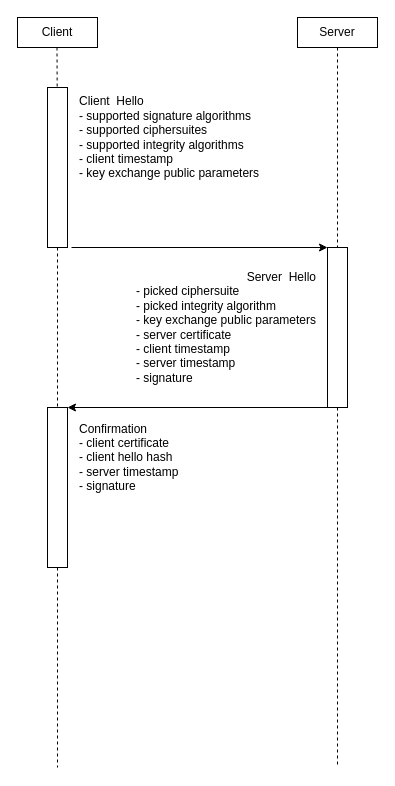
Above: protocol.dio in rafael-patronilo/srsc-project (draw.io), before the change. Source tidied: cells renumbered, new cells numbered last; positions are measured from the earlier drawing's top-left corner, leaving out a move shared by most shapes. Both pictures are drawn from the tidied source at 100%, with x=0, y=0 at pixel (17, 17).
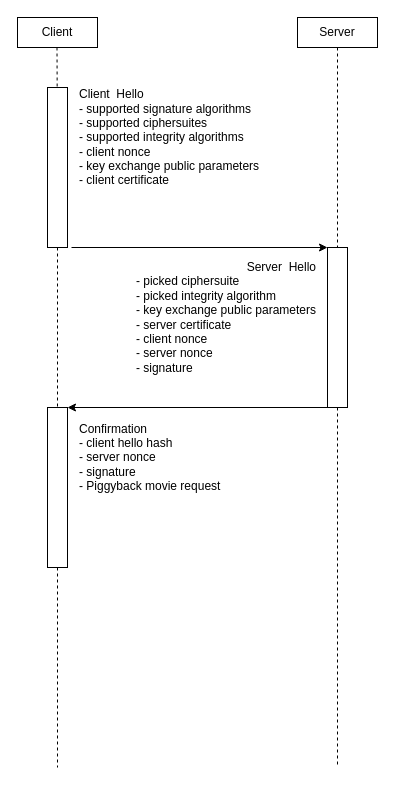
The same diagram, later.

Commit message (it also covers changes not shown here):
Server Hello

What changed in the source:
```diff
@@
 <mxGraphModel>
   <root>
     <mxCell id="0" />
     <mxCell id="1" parent="0" />
     <mxCell id="2" value="Client" style="whiteSpace=wrap;html=1;" parent="1" vertex="1">
       <mxGeometry width="80" height="30" as="geometry" />
     </mxCell>
     <mxCell id="3" style="edgeStyle=none;html=1;exitX=0.5;exitY=1;exitDx=0;exitDy=0;strokeColor=default;endArrow=none;endFill=0;dashed=1;startArrow=none;" parent="1" edge="1" source="10">
       <mxGeometry relative="1" as="geometry">
         <mxPoint x="320" y="750" as="targetPoint" />
       </mxGeometry>
     </mxCell>
     <mxCell id="4" value="Server" style="whiteSpace=wrap;html=1;" parent="1" vertex="1">
       <mxGeometry x="280" width="80" height="30" as="geometry" />
     </mxCell>
     <mxCell id="5" style="edgeStyle=none;html=1;exitX=0.5;exitY=1;exitDx=0;exitDy=0;strokeColor=default;endArrow=none;endFill=0;dashed=1;startArrow=none;" parent="1" edge="1" source="14">
       <mxGeometry relative="1" as="geometry">
         <mxPoint x="40" y="750" as="targetPoint" />
       </mxGeometry>
     </mxCell>
     <mxCell id="6" style="endArrow=classic;html=1;exitX=0.25;exitY=1;exitDx=0;exitDy=0;entryX=1;entryY=0;entryDx=0;entryDy=0;" parent="1" edge="1" source="10" target="14">
       <mxGeometry relative="1" as="geometry" />
     </mxCell>
     <mxCell id="7" style="endArrow=classic;html=1;entryX=0;entryY=0;entryDx=0;entryDy=0;" parent="1" edge="1" target="10">
       <mxGeometry relative="1" as="geometry">
         <mxPoint x="54" y="230" as="sourcePoint" />
       </mxGeometry>
     </mxCell>
     <mxCell id="8" style="whiteSpace=wrap;html=1;" parent="1" vertex="1">
       <mxGeometry x="30" y="70" width="20" height="160" as="geometry" />
     </mxCell>
     <mxCell id="9" style="edgeStyle=none;html=1;exitX=0.5;exitY=1;exitDx=0;exitDy=0;strokeColor=default;endArrow=none;endFill=0;dashed=1;" parent="1" edge="1" target="8">
       <mxGeometry relative="1" as="geometry">
         <mxPoint x="39.5" y="30" as="sourcePoint" />
       </mxGeometry>
     </mxCell>
     <mxCell id="10" style="whiteSpace=wrap;html=1;" parent="1" vertex="1">
       <mxGeometry x="310" y="230" width="20" height="160" as="geometry" />
     </mxCell>
     <mxCell id="11" style="edgeStyle=none;html=1;exitX=0.5;exitY=1;exitDx=0;exitDy=0;strokeColor=default;endArrow=none;endFill=0;dashed=1;" parent="1" edge="1" source="4" target="10">
       <mxGeometry relative="1" as="geometry" />
     </mxCell>
-    <mxCell id="12" value="Client&amp;nbsp; Hello&lt;br&gt;- supported signature algorithms&lt;br&gt;- supported ciphersuites&lt;br&gt;- supported integrity algorithms&lt;br&gt;- client timestamp&lt;br&gt;- key exchange public parameters" style="text;html=1;align=left;verticalAlign=middle;strokeColor=none;fillColor=none;" parent="1" vertex="1">
-      <mxGeometry x="60" y="75" width="200" height="90" as="geometry" />
+    <mxCell id="12" value="Client&amp;nbsp; Hello&lt;br&gt;- supported signature algorithms&lt;br&gt;- supported ciphersuites&lt;br&gt;- supported integrity algorithms&lt;br&gt;- client nonce&lt;br&gt;- key exchange public parameters&lt;br&gt;- client certificate" style="text;html=1;align=left;verticalAlign=middle;strokeColor=none;fillColor=none;" parent="1" vertex="1">
+      <mxGeometry x="60" y="70" width="200" height="100" as="geometry" />
     </mxCell>
-    <mxCell id="13" value="Server&amp;nbsp; Hello&lt;br&gt;&lt;div style=&quot;text-align: left&quot;&gt;&lt;span&gt;- picked ciphersuite&lt;/span&gt;&lt;br&gt;&lt;/div&gt;&lt;div style=&quot;text-align: left&quot;&gt;&lt;span&gt;- picked integrity algorithm&lt;/span&gt;&lt;/div&gt;&lt;div style=&quot;text-align: left&quot;&gt;&lt;span&gt;- key exchange public parameters&lt;/span&gt;&lt;/div&gt;&lt;div style=&quot;text-align: left&quot;&gt;&lt;span&gt;- server certificate&lt;/span&gt;&lt;/div&gt;&lt;div style=&quot;text-align: left&quot;&gt;- client timestamp&lt;/div&gt;&lt;div style=&quot;text-align: left&quot;&gt;- server timestamp&lt;/div&gt;&lt;div style=&quot;text-align: left&quot;&gt;&lt;span&gt;- signature&lt;/span&gt;&lt;/div&gt;" style="text;html=1;align=right;verticalAlign=middle;strokeColor=none;fillColor=none;" parent="1" vertex="1">
-      <mxGeometry x="100" y="250" width="200" height="120" as="geometry" />
+    <mxCell id="13" value="Server&amp;nbsp; Hello&lt;br&gt;&lt;div style=&quot;text-align: left&quot;&gt;&lt;span&gt;- picked ciphersuite&lt;/span&gt;&lt;br&gt;&lt;/div&gt;&lt;div style=&quot;text-align: left&quot;&gt;&lt;span&gt;- picked integrity algorithm&lt;/span&gt;&lt;/div&gt;&lt;div style=&quot;text-align: left&quot;&gt;&lt;span&gt;- key exchange public parameters&lt;/span&gt;&lt;/div&gt;&lt;div style=&quot;text-align: left&quot;&gt;&lt;span&gt;- server certificate&lt;/span&gt;&lt;/div&gt;&lt;div style=&quot;text-align: left&quot;&gt;- client nonce&lt;/div&gt;&lt;div style=&quot;text-align: left&quot;&gt;- server nonce&lt;/div&gt;&lt;div style=&quot;text-align: left&quot;&gt;&lt;span&gt;- signature&lt;/span&gt;&lt;/div&gt;" style="text;html=1;align=right;verticalAlign=middle;strokeColor=none;fillColor=none;" parent="1" vertex="1">
+      <mxGeometry x="100" y="240" width="200" height="120" as="geometry" />
     </mxCell>
     <mxCell id="14" style="whiteSpace=wrap;html=1;" parent="1" vertex="1">
       <mxGeometry x="30" y="390" width="20" height="160" as="geometry" />
     </mxCell>
     <mxCell id="15" style="edgeStyle=none;html=1;exitX=0.5;exitY=1;exitDx=0;exitDy=0;strokeColor=default;endArrow=none;endFill=0;dashed=1;startArrow=none;" parent="1" edge="1" source="8" target="14">
       <mxGeometry relative="1" as="geometry" />
     </mxCell>
-    <mxCell id="16" value="Confirmation&lt;br&gt;- client certificate&lt;br&gt;- client hello hash&lt;br&gt;- server timestamp&lt;br&gt;- signature" style="text;html=1;align=left;verticalAlign=middle;strokeColor=none;fillColor=none;" parent="1" vertex="1">
-      <mxGeometry x="60" y="400" width="110" height="80" as="geometry" />
+    <mxCell id="16" value="Confirmation&lt;br&gt;- client hello hash&lt;br&gt;- server nonce&lt;br&gt;- signature&lt;br&gt;- Piggyback movie request" style="text;html=1;align=left;verticalAlign=middle;strokeColor=none;fillColor=none;" parent="1" vertex="1">
+      <mxGeometry x="60" y="400" width="160" height="80" as="geometry" />
     </mxCell>
   </root>
 </mxGraphModel>
```
